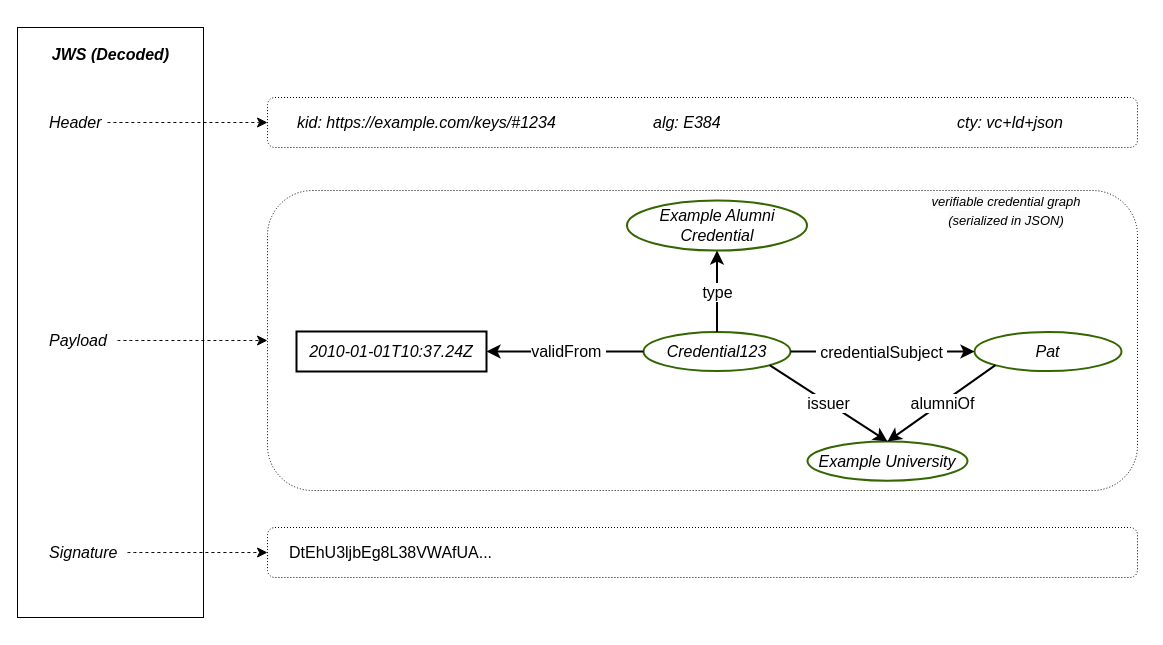
w3c/vc-data-model keeps this draw.io diagram as diagrams/vc-jwt.drawio. Above is the earlier version. Source tidied: cells renumbered, new cells numbered last; positions are measured from the earlier drawing's top-left corner, leaving out a move shared by most shapes. Both pictures are drawn from the tidied source at 100%, with x=0, y=0 at pixel (17, 27).
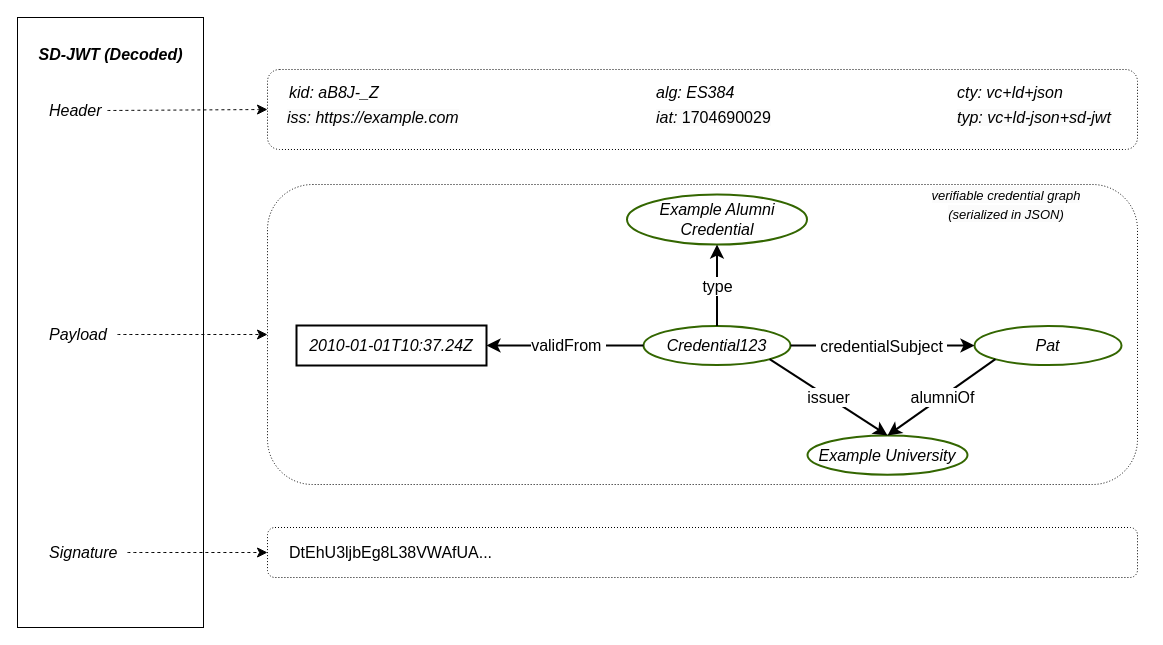
Above is the later version.

Commit message (it also covers changes not shown here):
Fix more issues in diagram descriptions.

Diff of the diagram source:
```diff
@@
     <mxCell id="2" style="rounded=0;whiteSpace=wrap;html=1;fontSize=16;fillColor=none;" parent="1" vertex="1">
-      <mxGeometry width="186" height="590" as="geometry" />
+      <mxGeometry y="-10" width="186" height="610" as="geometry" />
     </mxCell>
-    <mxCell id="3" value="&lt;i&gt;&lt;b&gt;JWS (Decoded)&lt;/b&gt;&lt;/i&gt;" style="text;strokeColor=none;fillColor=none;html=1;align=center;verticalAlign=middle;whiteSpace=wrap;rounded=0;fontSize=16;" parent="1" vertex="1">
+    <mxCell id="3" value="&lt;i&gt;&lt;b&gt;SD-JWT (Decoded)&lt;/b&gt;&lt;/i&gt;" style="text;strokeColor=none;fillColor=none;html=1;align=center;verticalAlign=middle;whiteSpace=wrap;rounded=0;fontSize=16;" parent="1" vertex="1">
       <mxGeometry x="3.5" y="10" width="179" height="34" as="geometry" />
     </mxCell>
@@
     <mxCell id="5" value="Header" style="text;strokeColor=none;fillColor=none;html=1;align=left;verticalAlign=middle;whiteSpace=wrap;rounded=0;fontSize=16;fontStyle=2;" parent="1" vertex="1">
-      <mxGeometry x="30" y="80" width="60" height="30" as="geometry" />
+      <mxGeometry x="30" y="68" width="60" height="30" as="geometry" />
     </mxCell>
     <mxCell id="6" value="Payload&amp;nbsp;&amp;nbsp;" style="text;strokeColor=none;fillColor=none;html=1;align=left;verticalAlign=middle;whiteSpace=wrap;rounded=0;fontSize=16;fontStyle=2;" parent="1" vertex="1">
-      <mxGeometry x="30" y="298" width="70" height="30" as="geometry" />
+      <mxGeometry x="30" y="292" width="70" height="30" as="geometry" />
     </mxCell>
@@
     <mxCell id="10" style="group;" parent="1" vertex="1">
-      <mxGeometry x="250" y="157" width="870" height="306" as="geometry" />
+      <mxGeometry x="250" y="151" width="870" height="306" as="geometry" />
     </mxCell>
@@
-    <mxCell id="34" style="group;" parent="1" vertex="1">
-      <mxGeometry x="250" y="70" width="870" height="50" as="geometry" />
-    </mxCell>
+    <mxCell id="39" style="group;" parent="1" vertex="1">
+      <mxGeometry x="250" y="42" width="878" height="80" as="geometry" />
+    </mxCell>
-    <mxCell id="35" style="rounded=1;whiteSpace=wrap;html=1;fontSize=16;fillColor=none;dashed=1;dashPattern=1 2;" parent="34" vertex="1">
-      <mxGeometry width="870" height="50" as="geometry" />
+    <mxCell id="35" style="rounded=1;whiteSpace=wrap;html=1;fontSize=16;fillColor=none;dashed=1;dashPattern=1 2;" parent="39" vertex="1">
+      <mxGeometry width="870" height="80" as="geometry" />
     </mxCell>
+    <mxCell id="40" style="group;" parent="39" vertex="1">
+      <mxGeometry x="18" y="8" width="265" height="64" as="geometry" />
+    </mxCell>
-    <mxCell id="36" value="&lt;i&gt;kid: https://example.com/keys/#1234&lt;/i&gt;" style="text;strokeColor=none;fillColor=none;html=1;align=left;verticalAlign=middle;whiteSpace=wrap;rounded=0;fontSize=16;" parent="34" vertex="1">
-      <mxGeometry x="28" y="10" width="263" height="30" as="geometry" />
+    <mxCell id="36" value="&lt;i&gt;kid: aB8J-_Z&lt;/i&gt;" style="text;strokeColor=none;fillColor=none;html=1;align=left;verticalAlign=middle;whiteSpace=wrap;rounded=0;fontSize=16;" parent="40" vertex="1">
+      <mxGeometry x="2" width="263" height="30" as="geometry" />
     </mxCell>
+    <mxCell id="41" value="&lt;i style=&quot;border-color: var(--border-color); color: rgb(0, 0, 0); font-family: Helvetica; font-size: 16px; font-variant-ligatures: normal; font-variant-caps: normal; font-weight: 400; letter-spacing: normal; orphans: 2; text-align: left; text-indent: 0px; text-transform: none; widows: 2; word-spacing: 0px; -webkit-text-stroke-width: 0px; background-color: rgb(251, 251, 251); text-decoration-thickness: initial; text-decoration-style: initial; text-decoration-color: initial;&quot;&gt;iss: https://example.com&lt;/i&gt;" style="text;whiteSpace=wrap;html=1;fontSize=16;" parent="40" vertex="1">
+      <mxGeometry y="24" width="210" height="40" as="geometry" />
+    </mxCell>
+    <mxCell id="42" style="group;" parent="39" vertex="1">
+      <mxGeometry x="387" y="8" width="160" height="64" as="geometry" />
+    </mxCell>
-    <mxCell id="37" value="&lt;i&gt;alg: E384&lt;/i&gt;" style="text;strokeColor=none;fillColor=none;html=1;align=left;verticalAlign=middle;whiteSpace=wrap;rounded=0;fontSize=16;" parent="34" vertex="1">
-      <mxGeometry x="384" y="10" width="160" height="30" as="geometry" />
+    <mxCell id="37" value="&lt;i&gt;alg: ES384&lt;/i&gt;" style="text;strokeColor=none;fillColor=none;html=1;align=left;verticalAlign=middle;whiteSpace=wrap;rounded=0;fontSize=16;" parent="42" vertex="1">
+      <mxGeometry width="160" height="30" as="geometry" />
     </mxCell>
+    <mxCell id="43" value="&lt;i style=&quot;border-color: var(--border-color); color: rgb(0, 0, 0); font-family: Helvetica; font-size: 16px; font-variant-ligatures: normal; font-variant-caps: normal; font-weight: 400; letter-spacing: normal; orphans: 2; text-align: left; text-indent: 0px; text-transform: none; widows: 2; word-spacing: 0px; -webkit-text-stroke-width: 0px; background-color: rgb(251, 251, 251); text-decoration-thickness: initial; text-decoration-style: initial; text-decoration-color: initial;&quot;&gt;iat:&lt;/i&gt;&lt;span style=&quot;color: rgb(0, 0, 0); font-family: Helvetica; font-size: 16px; font-style: normal; font-variant-ligatures: normal; font-variant-caps: normal; font-weight: 400; letter-spacing: normal; orphans: 2; text-align: left; text-indent: 0px; text-transform: none; widows: 2; word-spacing: 0px; -webkit-text-stroke-width: 0px; background-color: rgb(251, 251, 251); text-decoration-thickness: initial; text-decoration-style: initial; text-decoration-color: initial; float: none; display: inline !important;&quot;&gt;&amp;nbsp;1704690029&lt;/span&gt;" style="text;whiteSpace=wrap;html=1;fontSize=16;" parent="42" vertex="1">
+      <mxGeometry y="24" width="150" height="40" as="geometry" />
+    </mxCell>
+    <mxCell id="44" style="group;" parent="39" vertex="1">
+      <mxGeometry x="688" y="8" width="190" height="64" as="geometry" />
+    </mxCell>
-    <mxCell id="38" value="&lt;i&gt;cty: vc+ld+json&lt;/i&gt;" style="text;strokeColor=none;fillColor=none;html=1;align=left;verticalAlign=middle;whiteSpace=wrap;rounded=0;fontSize=16;" parent="34" vertex="1">
-      <mxGeometry x="688" y="10" width="160" height="30" as="geometry" />
+    <mxCell id="38" value="&lt;i&gt;cty: vc+ld+json&lt;/i&gt;" style="text;strokeColor=none;fillColor=none;html=1;align=left;verticalAlign=middle;whiteSpace=wrap;rounded=0;fontSize=16;" parent="44" vertex="1">
+      <mxGeometry width="160" height="30" as="geometry" />
     </mxCell>
+    <mxCell id="45" value="&lt;i style=&quot;border-color: var(--border-color); color: rgb(0, 0, 0); font-family: Helvetica; font-size: 16px; font-variant-ligatures: normal; font-variant-caps: normal; font-weight: 400; letter-spacing: normal; orphans: 2; text-align: left; text-indent: 0px; text-transform: none; widows: 2; word-spacing: 0px; -webkit-text-stroke-width: 0px; background-color: rgb(251, 251, 251); text-decoration-thickness: initial; text-decoration-style: initial; text-decoration-color: initial;&quot;&gt;typ: vc+ld-json+sd-jwt&lt;/i&gt;" style="text;whiteSpace=wrap;html=1;fontSize=16;" parent="44" vertex="1">
+      <mxGeometry y="24" width="190" height="40" as="geometry" />
+    </mxCell>
```
